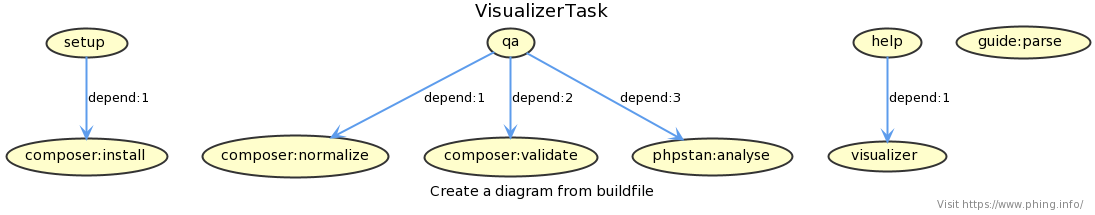
The PlantUML diagram build.png in phingofficial/task-visualizer, before a commit.
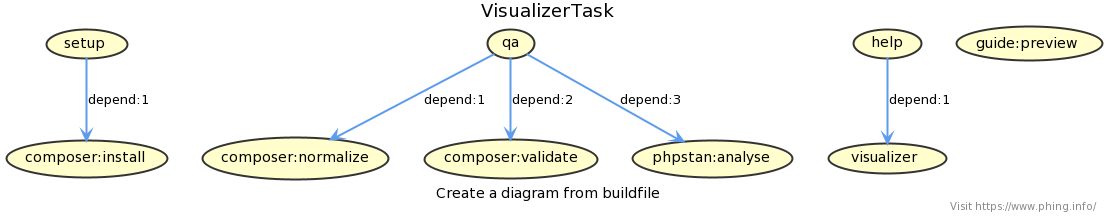
After the commit.

Diff of the diagram source:
```diff
@@ -35,5 +35,5 @@
 (composer:install)
 (composer:validate)
 (phpstan:analyse)
-(guide:parse)
+(guide:preview)
 @enduml
```
